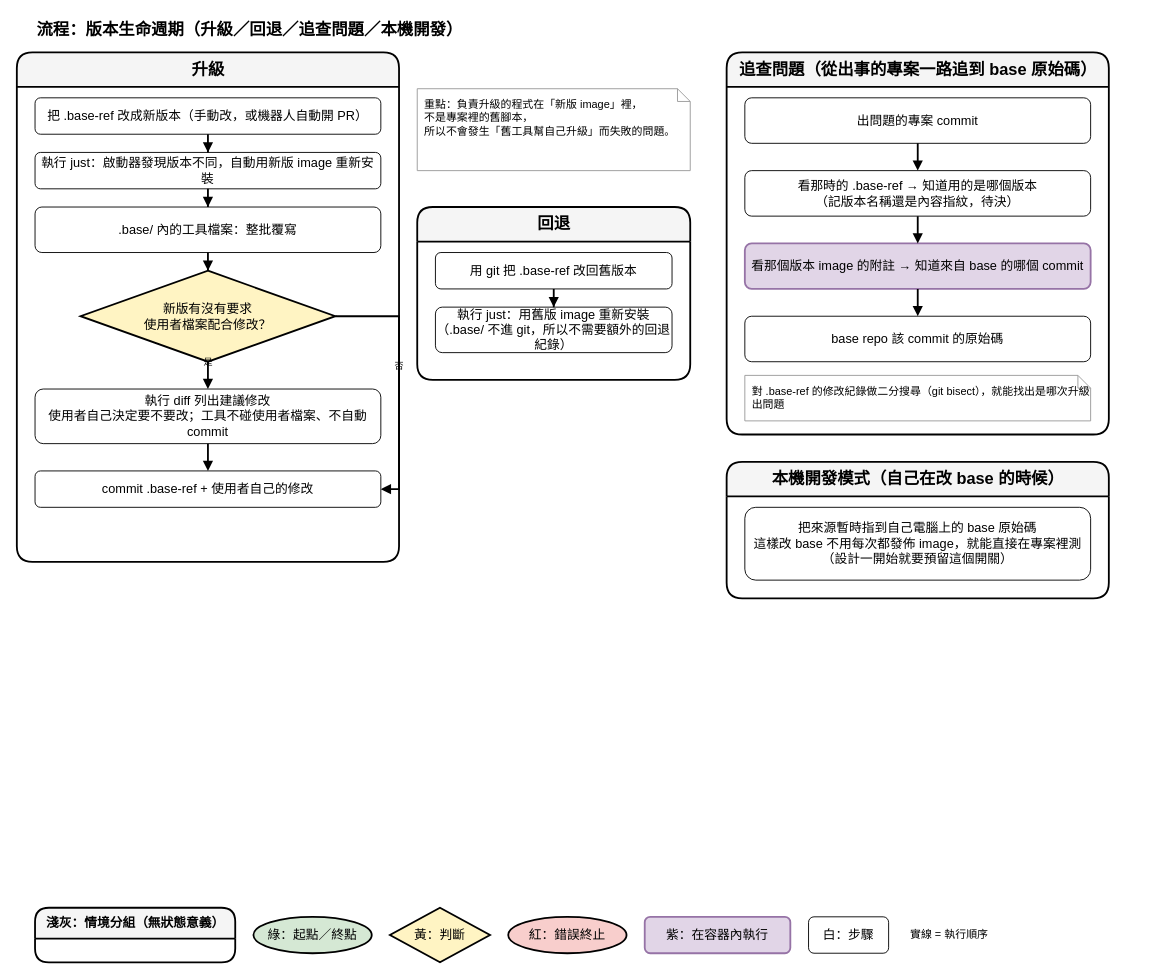
The draw.io diagram page "4. 流程：版本生命週期" (4 of 6) of dist_distribution.drawio in ycpss91255-research/vendor_kit, before the edit. Source tidied: cells renumbered, new cells numbered last; positions are measured from the earlier drawing's top-left corner, leaving out a move shared by most shapes. Both pictures are drawn from the tidied source at 91%, with x=0, y=0 at pixel (16, 15).
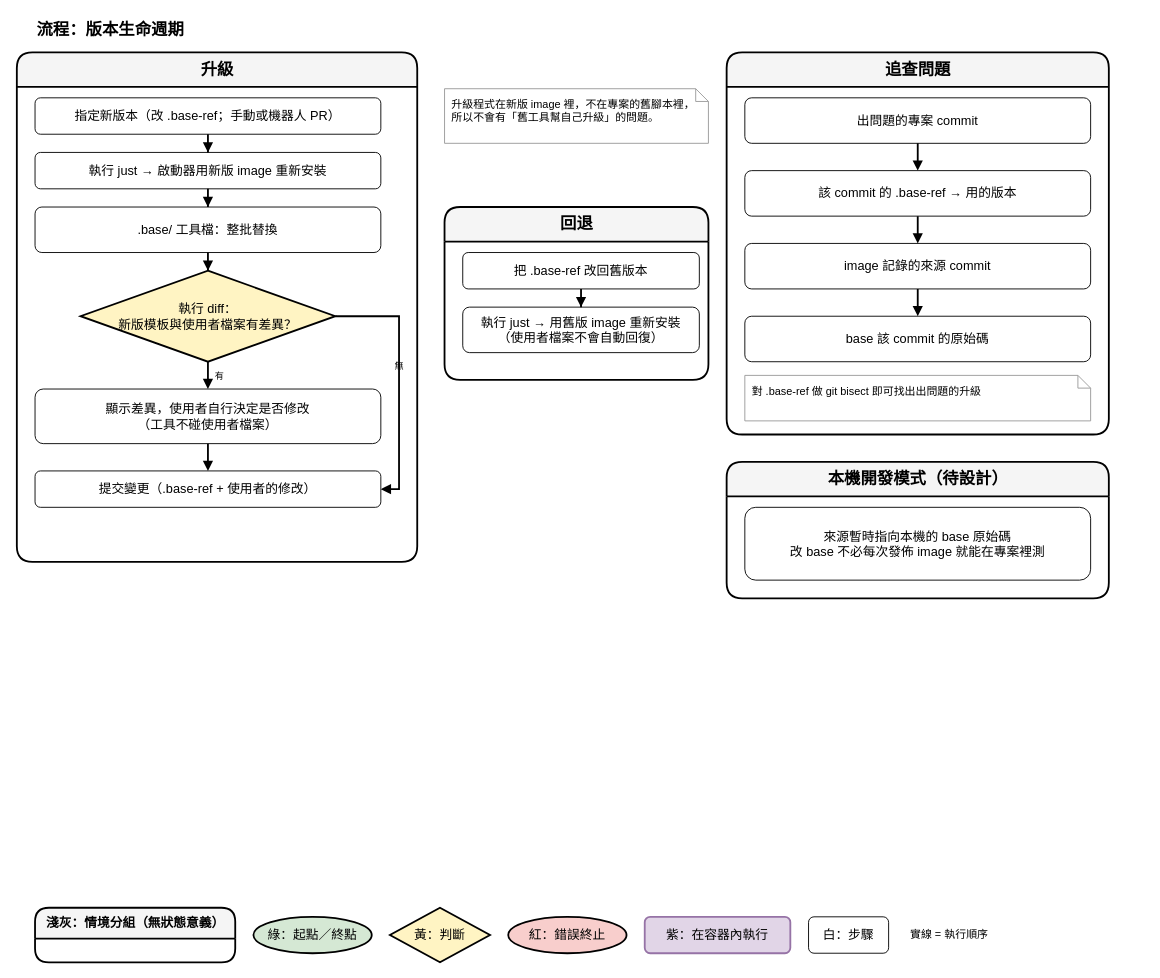
The same diagram, later.

What changed in the source:
```diff
@@
-    <mxCell id="2" value="流程：版本生命週期（升級／回退／追查問題／本機開發）" style="text;html=1;fontSize=18;fontStyle=1;align=left;verticalAlign=middle;" parent="1" vertex="1">
+    <mxCell id="2" value="流程：版本生命週期" style="text;html=1;fontSize=18;fontStyle=1;align=left;verticalAlign=middle;" parent="1" vertex="1">
       <mxGeometry x="20" width="700" height="30" as="geometry" />
     </mxCell>
     <mxCell id="3" value="升級" style="swimlane;html=1;rounded=1;startSize=38;fontStyle=1;fontSize=18;fillColor=#f5f5f5;swimlaneFillColor=#ffffff;strokeColor=#000000;strokeWidth=2;" parent="1" vertex="1">
-      <mxGeometry y="40" width="420" height="560" as="geometry" />
+      <mxGeometry y="40" width="440" height="560" as="geometry" />
     </mxCell>
-    <mxCell id="4" value="把 .base-ref 改成新版本（手動改，或機器人自動開 PR）" style="rounded=1;whiteSpace=wrap;html=1;fillColor=#ffffff;strokeColor=light-dark(#000000,#9577A3);fontSize=14;strokeWidth=1;" parent="3" vertex="1">
+    <mxCell id="4" value="指定新版本（改 .base-ref；手動或機器人 PR）" style="rounded=1;whiteSpace=wrap;html=1;fillColor=#ffffff;strokeColor=light-dark(#000000,#9577A3);fontSize=14;strokeWidth=1;" parent="3" vertex="1">
       <mxGeometry x="20" y="50" width="380" height="40" as="geometry" />
     </mxCell>
-    <mxCell id="5" value="執行 just：啟動器發現版本不同，自動用新版 image 重新安裝" style="rounded=1;whiteSpace=wrap;html=1;fillColor=#ffffff;strokeColor=light-dark(#000000,#9577A3);fontSize=14;strokeWidth=1;" parent="3" vertex="1">
+    <mxCell id="5" value="執行 just → 啟動器用新版 image 重新安裝" style="rounded=1;whiteSpace=wrap;html=1;fillColor=#ffffff;strokeColor=light-dark(#000000,#9577A3);fontSize=14;strokeWidth=1;" parent="3" vertex="1">
       <mxGeometry x="20" y="110" width="380" height="40" as="geometry" />
     </mxCell>
-    <mxCell id="6" value=".base/ 內的工具檔案：整批覆寫" style="rounded=1;whiteSpace=wrap;html=1;fillColor=#ffffff;strokeColor=light-dark(#000000,#9577A3);fontSize=14;strokeWidth=1;" parent="3" vertex="1">
+    <mxCell id="6" value=".base/ 工具檔：整批替換" style="rounded=1;whiteSpace=wrap;html=1;fillColor=#ffffff;strokeColor=light-dark(#000000,#9577A3);fontSize=14;strokeWidth=1;" parent="3" vertex="1">
       <mxGeometry x="20" y="170" width="380" height="50" as="geometry" />
     </mxCell>
-    <mxCell id="7" value="新版有沒有要求&lt;br&gt;使用者檔案配合修改？" style="rhombus;whiteSpace=wrap;html=1;fillColor=#FFF4C3;strokeColor=#000000;strokeWidth=2;fontSize=14;" parent="3" vertex="1">
+    <mxCell id="7" value="執行 diff：&lt;br&gt;新版模板與使用者檔案有差異？" style="rhombus;whiteSpace=wrap;html=1;fillColor=#FFF4C3;strokeColor=#000000;strokeWidth=2;fontSize=14;" parent="3" vertex="1">
       <mxGeometry x="70" y="240" width="280" height="100" as="geometry" />
     </mxCell>
-    <mxCell id="8" value="執行 diff 列出建議修改&lt;br&gt;使用者自己決定要不要改；工具不碰使用者檔案、不自動 commit" style="rounded=1;whiteSpace=wrap;html=1;fillColor=#ffffff;strokeColor=light-dark(#000000,#9577A3);fontSize=14;strokeWidth=1;" parent="3" vertex="1">
+    <mxCell id="8" value="顯示差異，使用者自行決定是否修改&lt;br&gt;（工具不碰使用者檔案）" style="rounded=1;whiteSpace=wrap;html=1;fillColor=#ffffff;strokeColor=light-dark(#000000,#9577A3);fontSize=14;strokeWidth=1;" parent="3" vertex="1">
       <mxGeometry x="20" y="370" width="380" height="60" as="geometry" />
     </mxCell>
-    <mxCell id="9" value="commit .base-ref + 使用者自己的修改" style="rounded=1;whiteSpace=wrap;html=1;fillColor=#ffffff;strokeColor=light-dark(#000000,#9577A3);fontSize=14;strokeWidth=1;" parent="3" vertex="1">
+    <mxCell id="9" value="提交變更（.base-ref + 使用者的修改）" style="rounded=1;whiteSpace=wrap;html=1;fillColor=#ffffff;strokeColor=light-dark(#000000,#9577A3);fontSize=14;strokeWidth=1;" parent="3" vertex="1">
       <mxGeometry x="20" y="460" width="380" height="40" as="geometry" />
     </mxCell>
@@
-    <mxCell id="13" value="是" style="edgeStyle=orthogonalEdgeStyle;rounded=0;jettySize=auto;html=1;strokeColor=default;strokeWidth=2;align=center;verticalAlign=bottom;spacingBottom=6;fontFamily=Helvetica;fontSize=10;fontColor=default;labelBorderColor=none;labelBackgroundColor=none;endArrow=block;endFill=1;exitX=0.5;exitY=1;exitDx=0;exitDy=0;entryX=0.5;entryY=0;entryDx=0;entryDy=0;" parent="1" edge="1" source="7" target="8">
+    <mxCell id="13" value="有" style="edgeStyle=orthogonalEdgeStyle;rounded=0;jettySize=auto;html=1;strokeColor=default;strokeWidth=2;align=center;verticalAlign=bottom;spacingBottom=6;fontFamily=Helvetica;fontSize=10;fontColor=default;labelBorderColor=none;labelBackgroundColor=none;endArrow=block;endFill=1;exitX=0.5;exitY=1;exitDx=0;exitDy=0;entryX=0.5;entryY=0;entryDx=0;entryDy=0;align=left;verticalAlign=middle;spacingLeft=6;spacingBottom=0;" parent="1" edge="1" source="7" target="8">
       <mxGeometry relative="1" as="geometry" />
     </mxCell>
-    <mxCell id="14" value="否" style="edgeStyle=orthogonalEdgeStyle;rounded=0;jettySize=auto;html=1;strokeColor=default;strokeWidth=2;align=center;verticalAlign=bottom;spacingBottom=6;fontFamily=Helvetica;fontSize=10;fontColor=default;labelBorderColor=none;labelBackgroundColor=none;endArrow=block;endFill=1;exitX=1;exitY=0.5;exitDx=0;exitDy=0;entryX=1;entryY=0.5;entryDx=0;entryDy=0;" parent="1" edge="1" source="7" target="9">
-      <mxGeometry relative="1" as="geometry" />
+    <mxCell id="14" value="無" style="edgeStyle=orthogonalEdgeStyle;rounded=0;jettySize=auto;html=1;strokeColor=default;strokeWidth=2;align=center;verticalAlign=bottom;spacingBottom=6;fontFamily=Helvetica;fontSize=10;fontColor=default;labelBorderColor=none;labelBackgroundColor=none;endArrow=block;endFill=1;exitX=1;exitY=0.5;exitDx=0;exitDy=0;entryX=1;entryY=0.5;entryDx=0;entryDy=0;" parent="1" edge="1" source="7" target="9">
+      <mxGeometry relative="1" as="geometry">
+        <Array as="points">
+          <mxPoint x="420" y="330" />
+          <mxPoint x="420" y="520" />
+        </Array>
+      </mxGeometry>
     </mxCell>
@@
-    <mxCell id="16" value="重點：負責升級的程式在「新版 image」裡，&lt;br&gt;不是專案裡的舊腳本，&lt;br&gt;所以不會發生「舊工具幫自己升級」而失敗的問題。" style="shape=note;whiteSpace=wrap;html=1;size=14;fillColor=#ffffff;strokeColor=#999999;align=left;verticalAlign=top;spacingLeft=6;spacingTop=4;fontSize=12;" parent="1" vertex="1">
-      <mxGeometry x="440" y="80" width="300" height="90" as="geometry" />
+    <mxCell id="16" value="升級程式在新版 image 裡，不在專案的舊腳本裡，&lt;br&gt;所以不會有「舊工具幫自己升級」的問題。" style="shape=note;whiteSpace=wrap;html=1;size=14;fillColor=#ffffff;strokeColor=#999999;align=left;verticalAlign=top;spacingLeft=6;spacingTop=4;fontSize=12;" parent="1" vertex="1">
+      <mxGeometry x="470" y="80" width="290" height="60" as="geometry" />
     </mxCell>
     <mxCell id="17" value="回退" style="swimlane;html=1;rounded=1;startSize=38;fontStyle=1;fontSize=18;fillColor=#f5f5f5;swimlaneFillColor=#ffffff;strokeColor=#000000;strokeWidth=2;" parent="1" vertex="1">
-      <mxGeometry x="440" y="210" width="300" height="190" as="geometry" />
+      <mxGeometry x="470" y="210" width="290" height="190" as="geometry" />
     </mxCell>
-    <mxCell id="18" value="用 git 把 .base-ref 改回舊版本" style="rounded=1;whiteSpace=wrap;html=1;fillColor=#ffffff;strokeColor=light-dark(#000000,#9577A3);fontSize=14;strokeWidth=1;" parent="17" vertex="1">
+    <mxCell id="18" value="把 .base-ref 改回舊版本" style="rounded=1;whiteSpace=wrap;html=1;fillColor=#ffffff;strokeColor=light-dark(#000000,#9577A3);fontSize=14;strokeWidth=1;" parent="17" vertex="1">
       <mxGeometry x="20" y="50" width="260" height="40" as="geometry" />
     </mxCell>
-    <mxCell id="19" value="執行 just：用舊版 image 重新安裝&lt;br&gt;（.base/ 不進 git，所以不需要額外的回退紀錄）" style="rounded=1;whiteSpace=wrap;html=1;fillColor=#ffffff;strokeColor=light-dark(#000000,#9577A3);fontSize=14;strokeWidth=1;" parent="17" vertex="1">
+    <mxCell id="19" value="執行 just → 用舊版 image 重新安裝&lt;br&gt;（使用者檔案不會自動回復）" style="rounded=1;whiteSpace=wrap;html=1;fillColor=#ffffff;strokeColor=light-dark(#000000,#9577A3);fontSize=14;strokeWidth=1;" parent="17" vertex="1">
       <mxGeometry x="20" y="110" width="260" height="50" as="geometry" />
     </mxCell>
@@
-    <mxCell id="21" value="追查問題（從出事的專案一路追到 base 原始碼）" style="swimlane;html=1;rounded=1;startSize=38;fontStyle=1;fontSize=18;fillColor=#f5f5f5;swimlaneFillColor=#ffffff;strokeColor=#000000;strokeWidth=2;" parent="1" vertex="1">
+    <mxCell id="21" value="追查問題" style="swimlane;html=1;rounded=1;startSize=38;fontStyle=1;fontSize=18;fillColor=#f5f5f5;swimlaneFillColor=#ffffff;strokeColor=#000000;strokeWidth=2;" parent="1" vertex="1">
       <mxGeometry x="780" y="40" width="420" height="420" as="geometry" />
     </mxCell>
@@
-    <mxCell id="23" value="看那時的 .base-ref → 知道用的是哪個版本&lt;br&gt;（記版本名稱還是內容指紋，待決）" style="rounded=1;whiteSpace=wrap;html=1;fillColor=#ffffff;strokeColor=light-dark(#000000,#9577A3);fontSize=14;strokeWidth=1;" parent="21" vertex="1">
+    <mxCell id="23" value="該 commit 的 .base-ref → 用的版本" style="rounded=1;whiteSpace=wrap;html=1;fillColor=#ffffff;strokeColor=light-dark(#000000,#9577A3);fontSize=14;strokeWidth=1;" parent="21" vertex="1">
       <mxGeometry x="20" y="130" width="380" height="50" as="geometry" />
     </mxCell>
-    <mxCell id="24" value="看那個版本 image 的附註 → 知道來自 base 的哪個 commit" style="rounded=1;whiteSpace=wrap;html=1;fillColor=#e1d5e7;strokeColor=#9673a6;fontSize=14;strokeWidth=2;" parent="21" vertex="1">
+    <mxCell id="24" value="image 記錄的來源 commit" style="rounded=1;whiteSpace=wrap;html=1;fillColor=#ffffff;strokeColor=light-dark(#000000,#9577A3);fontSize=14;strokeWidth=1;" parent="21" vertex="1">
       <mxGeometry x="20" y="210" width="380" height="50" as="geometry" />
     </mxCell>
-    <mxCell id="25" value="base repo 該 commit 的原始碼" style="rounded=1;whiteSpace=wrap;html=1;fillColor=#ffffff;strokeColor=light-dark(#000000,#9577A3);fontSize=14;strokeWidth=1;" parent="21" vertex="1">
+    <mxCell id="25" value="base 該 commit 的原始碼" style="rounded=1;whiteSpace=wrap;html=1;fillColor=#ffffff;strokeColor=light-dark(#000000,#9577A3);fontSize=14;strokeWidth=1;" parent="21" vertex="1">
       <mxGeometry x="20" y="290" width="380" height="50" as="geometry" />
     </mxCell>
-    <mxCell id="26" value="對 .base-ref 的修改紀錄做二分搜尋（git bisect），就能找出是哪次升級出問題" style="shape=note;whiteSpace=wrap;html=1;size=14;fillColor=#ffffff;strokeColor=#999999;align=left;verticalAlign=top;spacingLeft=6;spacingTop=4;fontSize=12;" parent="21" vertex="1">
+    <mxCell id="26" value="對 .base-ref 做 git bisect 即可找出出問題的升級" style="shape=note;whiteSpace=wrap;html=1;size=14;fillColor=#ffffff;strokeColor=#999999;align=left;verticalAlign=top;spacingLeft=6;spacingTop=4;fontSize=12;" parent="21" vertex="1">
       <mxGeometry x="20" y="355" width="380" height="50" as="geometry" />
     </mxCell>
@@
-    <mxCell id="30" value="本機開發模式（自己在改 base 的時候）" style="swimlane;html=1;rounded=1;startSize=38;fontStyle=1;fontSize=18;fillColor=#f5f5f5;swimlaneFillColor=#ffffff;strokeColor=#000000;strokeWidth=2;" parent="1" vertex="1">
+    <mxCell id="30" value="本機開發模式（待設計）" style="swimlane;html=1;rounded=1;startSize=38;fontStyle=1;fontSize=18;fillColor=#f5f5f5;swimlaneFillColor=#ffffff;strokeColor=#000000;strokeWidth=2;" parent="1" vertex="1">
       <mxGeometry x="780" y="490" width="420" height="150" as="geometry" />
     </mxCell>
-    <mxCell id="31" value="把來源暫時指到自己電腦上的 base 原始碼&lt;br&gt;這樣改 base 不用每次都發佈 image，就能直接在專案裡測&lt;br&gt;（設計一開始就要預留這個開關）" style="rounded=1;whiteSpace=wrap;html=1;fillColor=#ffffff;strokeColor=light-dark(#000000,#9577A3);fontSize=14;strokeWidth=1;" parent="30" vertex="1">
+    <mxCell id="31" value="來源暫時指向本機的 base 原始碼&lt;br&gt;改 base 不必每次發佈 image 就能在專案裡測" style="rounded=1;whiteSpace=wrap;html=1;fillColor=#ffffff;strokeColor=light-dark(#000000,#9577A3);fontSize=14;strokeWidth=1;" parent="30" vertex="1">
       <mxGeometry x="20" y="50" width="380" height="80" as="geometry" />
     </mxCell>
```
